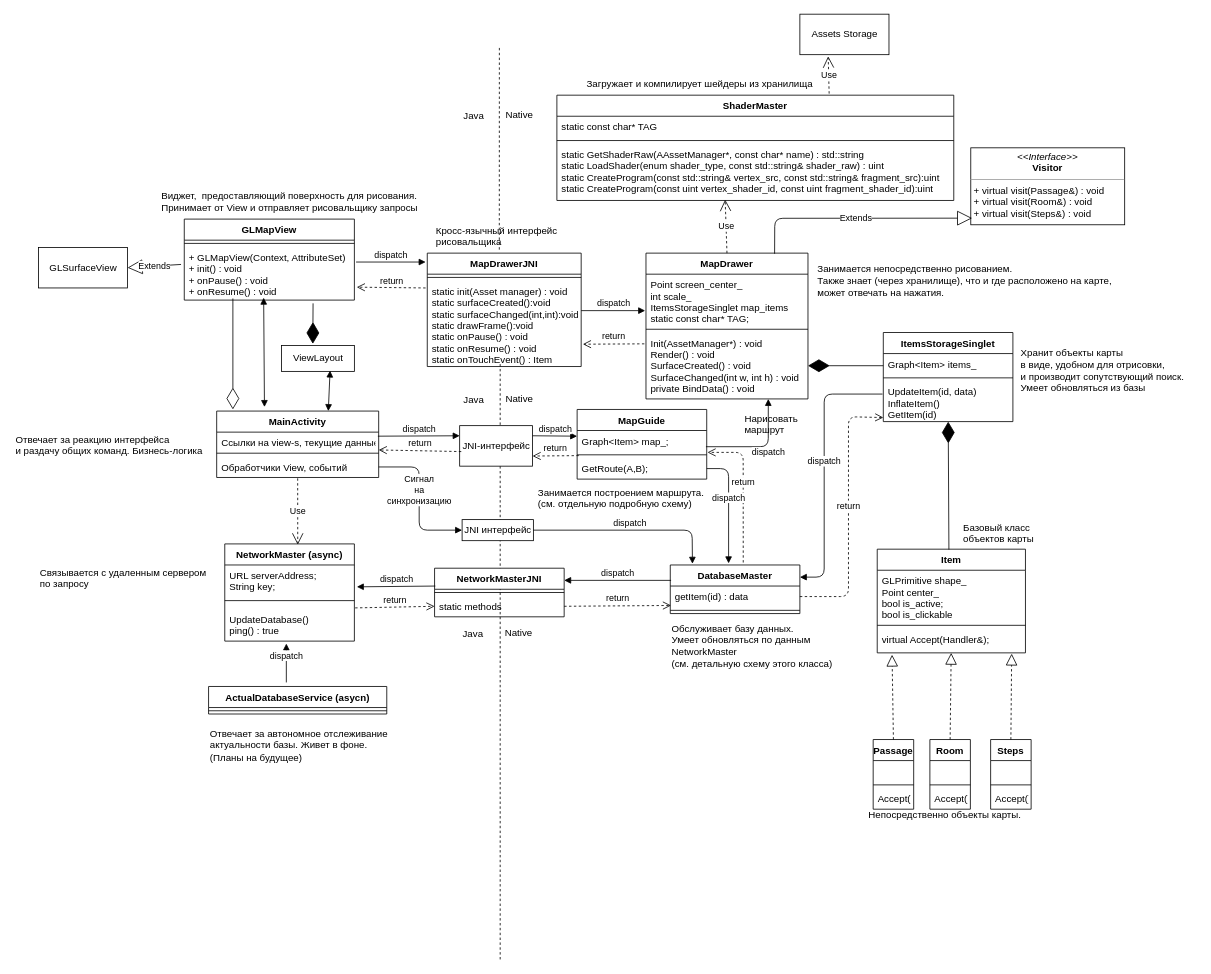
Before: Android App/Untitled Diagram.drawio in tamerlanchik/FoxCode, a draw.io diagram. Source tidied: cells renumbered, new cells numbered last; positions are measured from the earlier drawing's top-left corner, leaving out a move shared by most shapes. Both pictures are drawn from the tidied source at 81%, with x=0, y=0 at pixel (14, 14).
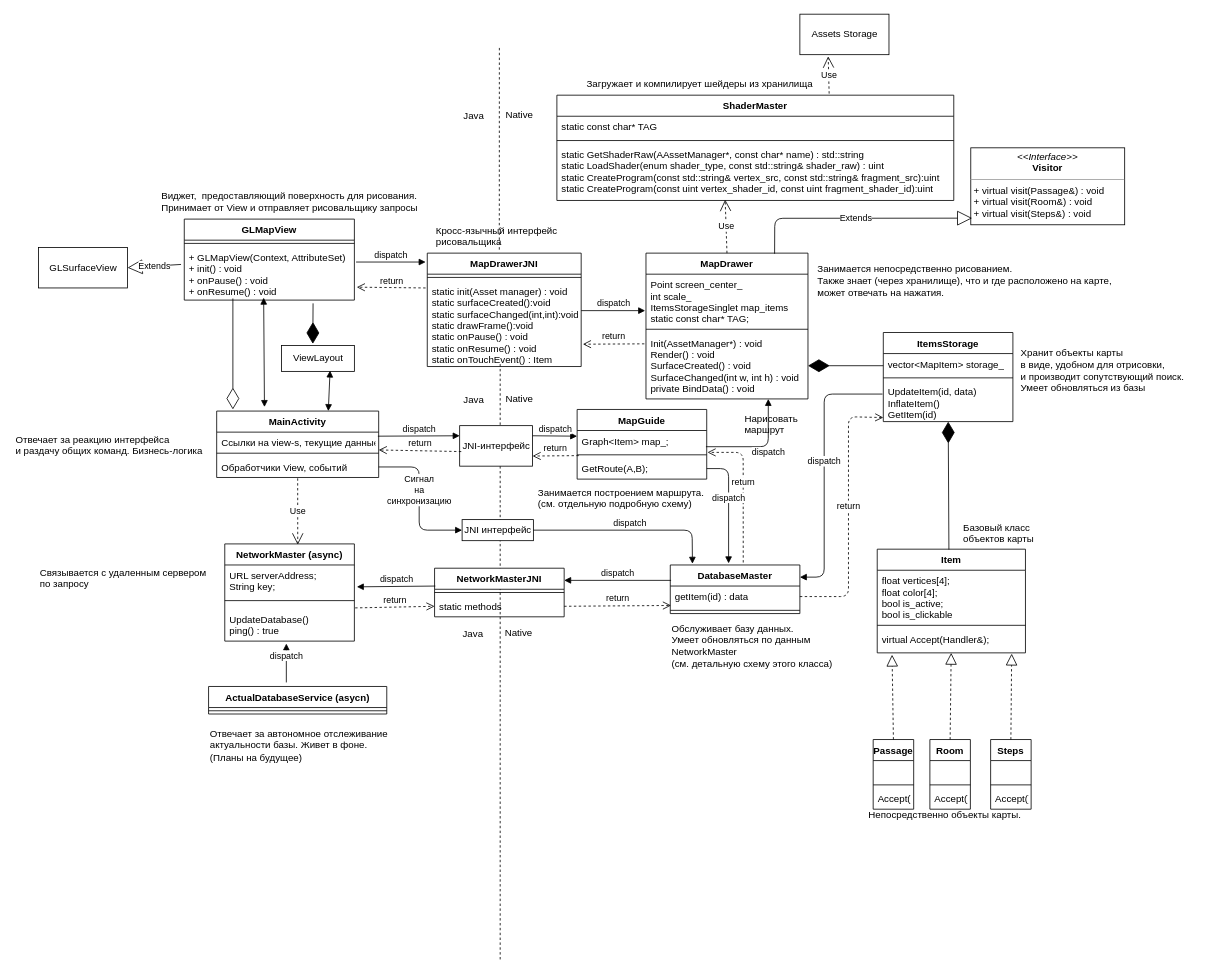
The same diagram, later.

Unchanged cells that the change refers to:
```xml
<mxCell id="14" value="Item&#10;&#10;" style="swimlane;fontStyle=1;align=center;verticalAlign=top;horizontal=1;startSize=26;" parent="1" vertex="1">
  <mxGeometry x="1065.5" y="660.5" width="183" height="128" as="geometry" />
</mxCell>
```

The edit, as a diff of the source:
```diff
@@
-    <mxCell id="10" value="ItemsStorageSinglet&#10;&#10;" style="swimlane;fontStyle=1;align=center;verticalAlign=top;horizontal=1;startSize=26;" parent="1" vertex="1">
+    <mxCell id="10" value="ItemsStorage&#10;&#10;" style="swimlane;fontStyle=1;align=center;verticalAlign=top;horizontal=1;startSize=26;" parent="1" vertex="1">
       <mxGeometry x="1073" y="393" width="160" height="110" as="geometry" />
     </mxCell>
-    <mxCell id="11" value="Graph&lt;Item&gt; items_&#10;&#10;" style="text;strokeColor=none;fillColor=none;align=left;verticalAlign=top;spacingLeft=4;spacingRight=4;overflow=hidden;" parent="10" vertex="1">
+    <mxCell id="11" value="vector&lt;MapItem&gt; storage_&#10;" style="text;strokeColor=none;fillColor=none;align=left;verticalAlign=top;spacingLeft=4;spacingRight=4;overflow=hidden;" parent="10" vertex="1">
       <mxGeometry y="26" width="160" height="26" as="geometry" />
     </mxCell>
@@
-    <mxCell id="15" value="GLPrimitive shape_&#10;Point center_&#10;bool is_active;&#10;bool is_clickable" style="text;strokeColor=none;fillColor=none;align=left;verticalAlign=top;spacingLeft=4;spacingRight=4;overflow=hidden;" parent="14" vertex="1">
+    <mxCell id="15" value="float vertices[4];&#10;float color[4];&#10;bool is_active;&#10;bool is_clickable" style="text;strokeColor=none;fillColor=none;align=left;verticalAlign=top;spacingLeft=4;spacingRight=4;overflow=hidden;" parent="14" vertex="1">
       <mxGeometry y="26" width="183" height="64" as="geometry" />
     </mxCell>
```
